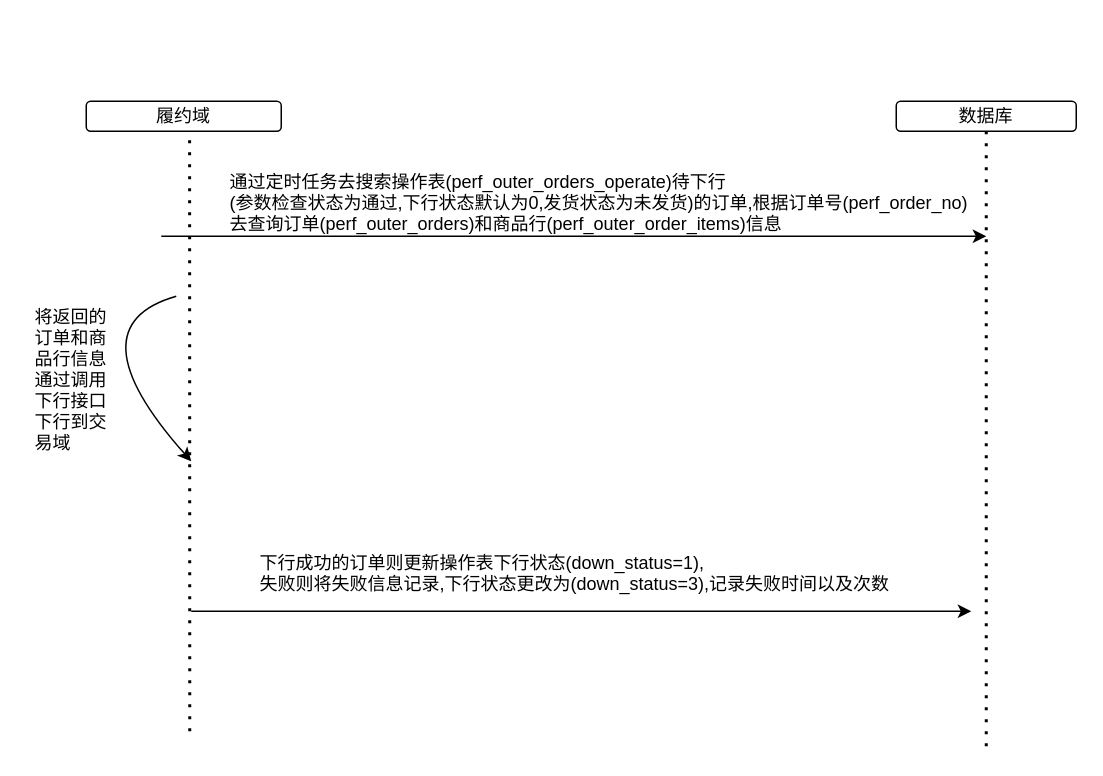
The draw.io diagram Untitled Diagram.drawio in luoping110/student, before the edit. Source tidied: cells renumbered, new cells numbered last; positions are measured from the earlier drawing's top-left corner, leaving out a move shared by most shapes. Both pictures are drawn from the tidied source at 150%, with x=0, y=0 at pixel (26, 100).
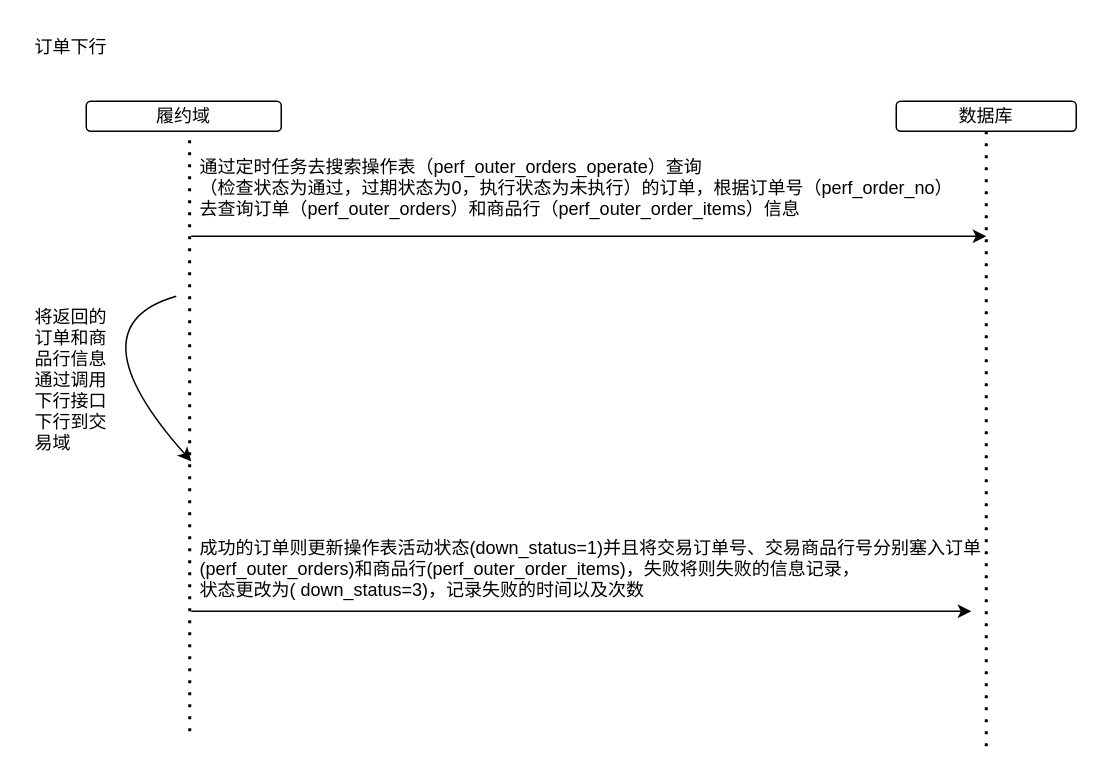
The same diagram, later.

The edit, as a diff of the source:
```diff
@@
 <mxGraphModel>
   <root>
     <mxCell id="0" />
     <mxCell id="1" parent="0" />
     <mxCell id="2" value="履约域" style="rounded=1;whiteSpace=wrap;html=1;" parent="1" vertex="1">
       <mxGeometry x="40" width="130" height="20" as="geometry" />
     </mxCell>
     <mxCell id="3" value="数据库" style="rounded=1;whiteSpace=wrap;html=1;" parent="1" vertex="1">
       <mxGeometry x="580" width="120" height="20" as="geometry" />
     </mxCell>
     <mxCell id="4" style="endArrow=none;dashed=1;html=1;dashPattern=1 3;strokeWidth=2;rounded=0;entryX=0.53;entryY=1.171;entryDx=0;entryDy=0;entryPerimeter=0;" parent="1" edge="1" target="2">
       <mxGeometry relative="1" as="geometry">
         <mxPoint x="109" y="420" as="sourcePoint" />
       </mxGeometry>
     </mxCell>
     <mxCell id="5" style="endArrow=none;dashed=1;html=1;dashPattern=1 3;strokeWidth=2;rounded=0;entryX=0.5;entryY=1;entryDx=0;entryDy=0;" parent="1" edge="1" target="3">
       <mxGeometry relative="1" as="geometry">
         <mxPoint x="640" y="430" as="sourcePoint" />
       </mxGeometry>
     </mxCell>
-    <mxCell id="6" style="endArrow=classic;html=1;rounded=0;" parent="1" edge="1">
-      <mxGeometry relative="1" as="geometry">
-        <mxPoint x="90" y="90" as="sourcePoint" />
-        <mxPoint x="640" y="90" as="targetPoint" />
-      </mxGeometry>
-    </mxCell>
-    <mxCell id="7" value="通过定时任务去搜索操作表(perf_outer_orders_operate)待下行&#10;(参数检查状态为通过,下行状态默认为0,发货状态为未发货)的订单,根据订单号(perf_order_no)&#10;去查询订单(perf_outer_orders)和商品行(perf_outer_order_items)信息" style="text;strokeColor=none;fillColor=none;align=left;verticalAlign=top;spacingLeft=4;spacingRight=4;overflow=hidden;" parent="1" vertex="1">
-      <mxGeometry x="130" y="40" width="520" height="90" as="geometry" />
-    </mxCell>
     <mxCell id="8" style="endArrow=classic;html=1;rounded=0;" parent="1" edge="1">
       <mxGeometry relative="1" as="geometry">
         <mxPoint x="110" y="340" as="sourcePoint" />
         <mxPoint x="630" y="340" as="targetPoint" />
       </mxGeometry>
     </mxCell>
-    <mxCell id="9" value="&#10;下行成功的订单则更新操作表下行状态(down_status=1),&#10;失败则将失败信息记录,下行状态更改为(down_status=3),记录失败时间以及次数" style="text;strokeColor=none;fillColor=none;align=left;verticalAlign=top;spacingLeft=4;spacingRight=4;overflow=hidden;" parent="1" vertex="1">
-      <mxGeometry x="150" y="280" width="490" height="90" as="geometry" />
+    <mxCell id="9" value="&#10;成功的订单则更新操作表活动状态(down_status=1)并且将交易订单号、交易商品行号分别塞入订单&#10;(perf_outer_orders)和商品行(perf_outer_order_items)，失败将则失败的信息记录，&#10;状态更改为( down_status=3)，记录失败的时间以及次数" style="text;strokeColor=none;fillColor=none;align=left;verticalAlign=top;spacingLeft=4;spacingRight=4;overflow=hidden;" parent="1" vertex="1">
+      <mxGeometry x="110" y="270" width="530" height="90" as="geometry" />
     </mxCell>
     <mxCell id="10" style="curved=1;endArrow=classic;html=1;rounded=0;" parent="1" edge="1">
       <mxGeometry relative="1" as="geometry">
         <mxPoint x="100" y="130" as="sourcePoint" />
         <mxPoint x="110" y="240" as="targetPoint" />
         <Array as="points">
           <mxPoint x="100" y="130" />
           <mxPoint x="30" y="150" />
         </Array>
       </mxGeometry>
     </mxCell>
     <mxCell id="11" value="将返回的&#10;订单和商&#10;品行信息&#10;通过调用&#10;下行接口&#10;下行到交&#10;易域" style="text;strokeColor=none;fillColor=none;align=left;verticalAlign=top;spacingLeft=4;spacingRight=4;overflow=hidden;" parent="1" vertex="1">
-      <mxGeometry y="130" width="60" height="120" as="geometry" />
+      <mxGeometry y="130" width="60" height="150" as="geometry" />
     </mxCell>
+    <mxCell id="12" value="订单下行" style="text;strokeColor=none;fillColor=none;align=left;verticalAlign=top;spacingLeft=4;spacingRight=4;overflow=hidden;" parent="1" vertex="1">
+      <mxGeometry y="-50" width="100" height="26" as="geometry" />
+    </mxCell>
+    <mxCell id="7" value="通过定时任务去搜索操作表（perf_outer_orders_operate）查询&#10;（检查状态为通过，过期状态为0，执行状态为未执行）的订单，根据订单号（perf_order_no）&#10;去查询订单（perf_outer_orders）和商品行（perf_outer_order_items）信息" style="text;strokeColor=none;fillColor=none;align=left;verticalAlign=top;spacingLeft=4;spacingRight=4;overflow=hidden;" parent="1" vertex="1">
+      <mxGeometry x="110" y="30" width="550" height="60" as="geometry" />
+    </mxCell>
+    <mxCell id="13" style="endArrow=classic;html=1;rounded=0;" parent="1" edge="1">
+      <mxGeometry relative="1" as="geometry">
+        <mxPoint x="110" y="90" as="sourcePoint" />
+        <mxPoint x="640" y="90" as="targetPoint" />
+      </mxGeometry>
+    </mxCell>
   </root>
 </mxGraphModel>
```
